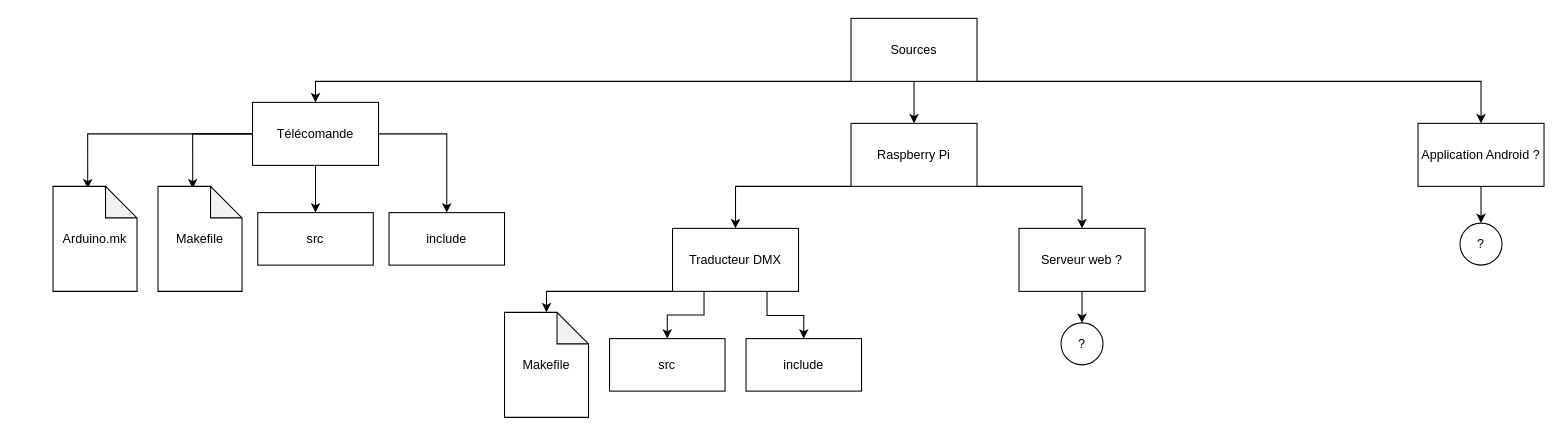
Before: Diagrams/Mindmaps/Struture de la programmation.drawio in to268/DMX, a draw.io diagram. Source tidied: cells renumbered, new cells numbered last; positions are measured from the earlier drawing's top-left corner, leaving out a move shared by most shapes. Both pictures are drawn from the tidied source at 105%, with x=0, y=0 at pixel (52, 18).
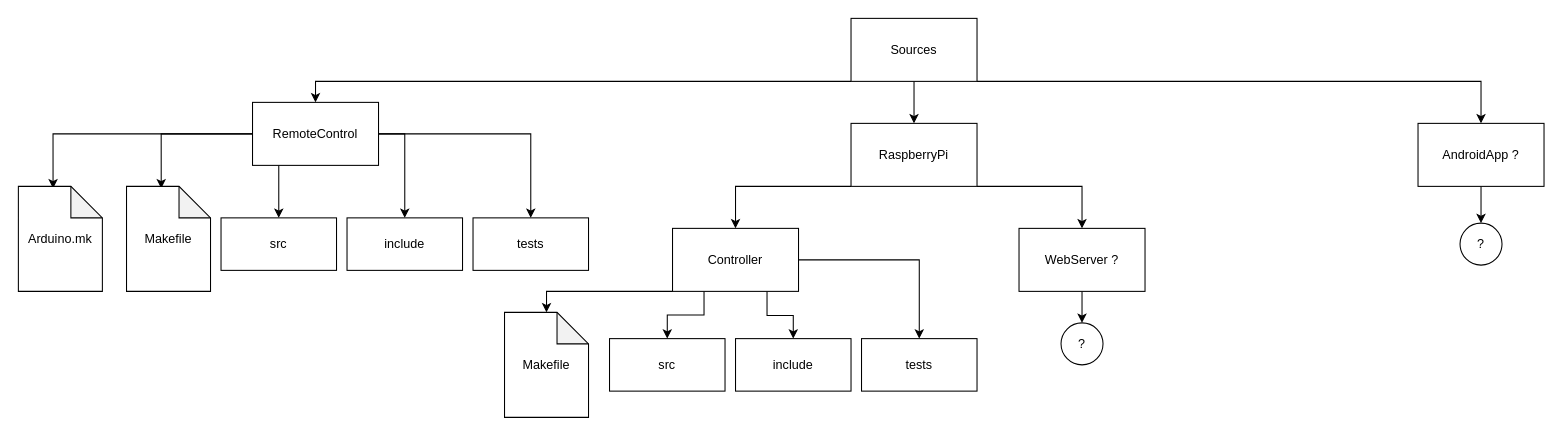
The same page after the edit.

Commit message (it also covers changes not shown here):
Added Controller project base

Change to the diagram source:
```diff
@@
-    <mxCell id="8" style="edgeStyle=orthogonalEdgeStyle;rounded=0;jettySize=auto;html=1;" parent="1" edge="1" source="10" target="26">
+    <mxCell id="8" style="edgeStyle=orthogonalEdgeStyle;rounded=0;jettySize=auto;html=1;entryX=0.5;entryY=0;entryDx=0;entryDy=0;" parent="1" edge="1" source="10" target="26">
       <mxGeometry relative="1" as="geometry">
         <Array as="points">
-          <mxPoint x="250" y="170" />
-          <mxPoint x="250" y="170" />
+          <mxPoint x="215" y="170" />
+          <mxPoint x="215" y="170" />
         </Array>
       </mxGeometry>
     </mxCell>
@@
+    <mxCell id="31" style="edgeStyle=orthogonalEdgeStyle;rounded=0;jettySize=auto;html=1;exitX=1;exitY=0.5;exitDx=0;exitDy=0;entryX=0.5;entryY=0;entryDx=0;entryDy=0;" parent="1" edge="1" source="10" target="33">
+      <mxGeometry relative="1" as="geometry" />
+    </mxCell>
-    <mxCell id="10" value="&lt;div&gt;Télécomande&lt;/div&gt;" style="rounded=0;whiteSpace=wrap;html=1;" parent="1" vertex="1">
+    <mxCell id="10" value="RemoteControl" style="rounded=0;whiteSpace=wrap;html=1;" parent="1" vertex="1">
       <mxGeometry x="190" y="80" width="120" height="60" as="geometry" />
     </mxCell>
@@
-    <mxCell id="13" value="Raspberry Pi" style="rounded=0;whiteSpace=wrap;html=1;" parent="1" vertex="1">
+    <mxCell id="13" value="RaspberryPi" style="rounded=0;whiteSpace=wrap;html=1;" parent="1" vertex="1">
       <mxGeometry x="760" y="100" width="120" height="60" as="geometry" />
     </mxCell>
@@
-    <mxCell id="15" value="Application Android ?" style="rounded=0;whiteSpace=wrap;html=1;" parent="1" vertex="1">
+    <mxCell id="15" value="AndroidApp ?" style="rounded=0;whiteSpace=wrap;html=1;" parent="1" vertex="1">
       <mxGeometry x="1300" y="100" width="120" height="60" as="geometry" />
     </mxCell>
@@
     <mxCell id="18" style="edgeStyle=orthogonalEdgeStyle;rounded=0;jettySize=auto;html=1;exitX=0.75;exitY=1;exitDx=0;exitDy=0;entryX=0.5;entryY=0;entryDx=0;entryDy=0;" parent="1" edge="1" source="19" target="25">
       <mxGeometry relative="1" as="geometry">
         <Array as="points">
           <mxPoint x="680" y="283" />
-          <mxPoint x="715" y="283" />
+          <mxPoint x="705" y="283" />
         </Array>
       </mxGeometry>
     </mxCell>
+    <mxCell id="32" style="edgeStyle=orthogonalEdgeStyle;rounded=0;jettySize=auto;html=1;exitX=1;exitY=0.5;exitDx=0;exitDy=0;entryX=0.5;entryY=0;entryDx=0;entryDy=0;" parent="1" edge="1" source="19" target="34">
+      <mxGeometry relative="1" as="geometry" />
+    </mxCell>
-    <mxCell id="19" value="Traducteur DMX" style="rounded=0;whiteSpace=wrap;html=1;" parent="1" vertex="1">
+    <mxCell id="19" value="Controller" style="rounded=0;whiteSpace=wrap;html=1;" parent="1" vertex="1">
       <mxGeometry x="590" y="200" width="120" height="60" as="geometry" />
     </mxCell>
@@
-    <mxCell id="21" value="Serveur web ?" style="rounded=0;whiteSpace=wrap;html=1;" parent="1" vertex="1">
+    <mxCell id="21" value="WebServer ?" style="rounded=0;whiteSpace=wrap;html=1;" parent="1" vertex="1">
       <mxGeometry x="920" y="200" width="120" height="60" as="geometry" />
     </mxCell>
@@
     <mxCell id="25" value="include" style="rounded=0;whiteSpace=wrap;html=1;" parent="1" vertex="1">
-      <mxGeometry x="660" y="305" width="110" height="50" as="geometry" />
+      <mxGeometry x="650" y="305" width="110" height="50" as="geometry" />
     </mxCell>
     <mxCell id="26" value="src" style="rounded=0;whiteSpace=wrap;html=1;" parent="1" vertex="1">
-      <mxGeometry x="195" y="185" width="110" height="50" as="geometry" />
+      <mxGeometry x="160" y="190" width="110" height="50" as="geometry" />
     </mxCell>
     <mxCell id="27" value="Makefile" style="shape=note;whiteSpace=wrap;html=1;backgroundOutline=1;darkOpacity=0.05;" parent="1" vertex="1">
-      <mxGeometry x="100" y="160" width="80" height="100" as="geometry" />
+      <mxGeometry x="70" y="160" width="80" height="100" as="geometry" />
     </mxCell>
     <mxCell id="28" value="include" style="rounded=0;whiteSpace=wrap;html=1;" parent="1" vertex="1">
-      <mxGeometry x="320" y="185" width="110" height="50" as="geometry" />
+      <mxGeometry x="280" y="190" width="110" height="50" as="geometry" />
     </mxCell>
     <mxCell id="29" value="Arduino.mk" style="shape=note;whiteSpace=wrap;html=1;backgroundOutline=1;darkOpacity=0.05;" parent="1" vertex="1">
-      <mxGeometry y="160" width="80" height="100" as="geometry" />
+      <mxGeometry x="-33" y="160" width="80" height="100" as="geometry" />
     </mxCell>
@@
+    <mxCell id="33" value="tests" style="rounded=0;whiteSpace=wrap;html=1;" parent="1" vertex="1">
+      <mxGeometry x="400" y="190" width="110" height="50" as="geometry" />
+    </mxCell>
+    <mxCell id="34" value="tests" style="rounded=0;whiteSpace=wrap;html=1;" parent="1" vertex="1">
+      <mxGeometry x="770" y="305" width="110" height="50" as="geometry" />
+    </mxCell>
```
